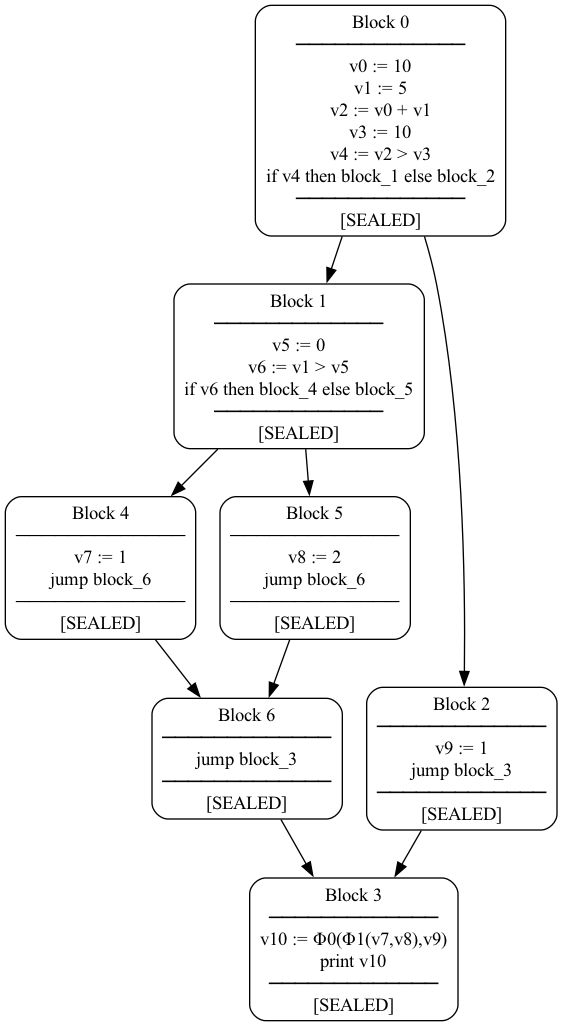
Before: rust/ssa-test/ssa_graph.png, a diagram exported from Graphviz (jimmyhmiller/PlayGround). Its source is kept beside it as rust/ssa-test/ssa_graph.dot.
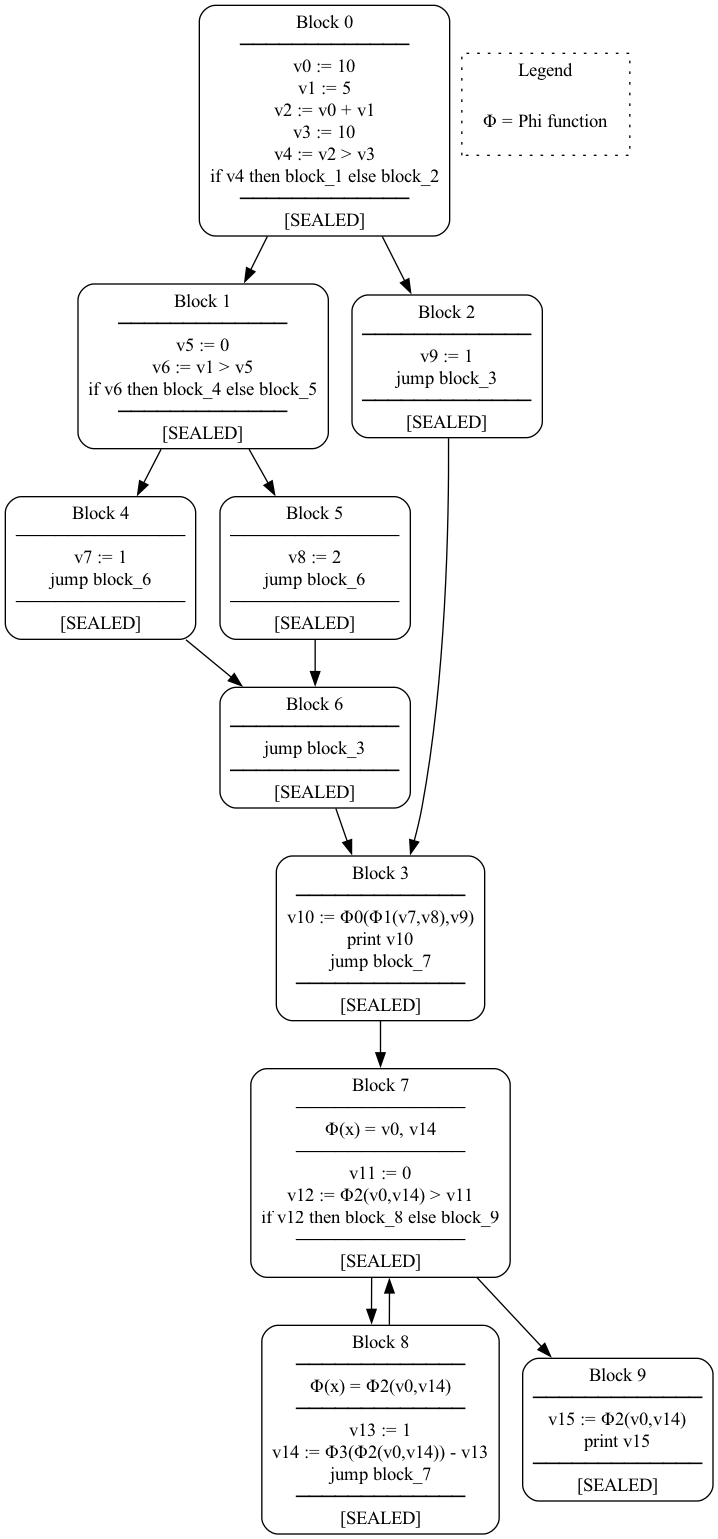
After the commit.

What changed in the source:
```diff
@@ -5,10 +5,13 @@
     block_0 [label="Block 0\n─────────────\nv0 := 10\nv1 := 5\nv2 := v0 + v1\nv3 := 10\nv4 := v2 > v3\nif v4 then block_1 else block_2\n─────────────\n[SEALED]\n"];
     block_1 [label="Block 1\n─────────────\nv5 := 0\nv6 := v1 > v5\nif v6 then block_4 else block_5\n─────────────\n[SEALED]\n"];
     block_2 [label="Block 2\n─────────────\nv9 := 1\njump block_3\n─────────────\n[SEALED]\n"];
-    block_3 [label="Block 3\n─────────────\nv10 := Φ0(Φ1(v7,v8),v9)\nprint v10\n─────────────\n[SEALED]\n"];
+    block_3 [label="Block 3\n─────────────\nv10 := Φ0(Φ1(v7,v8),v9)\nprint v10\njump block_7\n─────────────\n[SEALED]\n"];
     block_4 [label="Block 4\n─────────────\nv7 := 1\njump block_6\n─────────────\n[SEALED]\n"];
     block_5 [label="Block 5\n─────────────\nv8 := 2\njump block_6\n─────────────\n[SEALED]\n"];
     block_6 [label="Block 6\n─────────────\njump block_3\n─────────────\n[SEALED]\n"];
+    block_7 [label="Block 7\n─────────────\nΦ(x) = v0, v14\n─────────────\nv11 := 0\nv12 := Φ2(v0,v14) > v11\nif v12 then block_8 else block_9\n─────────────\n[SEALED]\n"];
+    block_8 [label="Block 8\n─────────────\nΦ(x) = Φ2(v0,v14)\n─────────────\nv13 := 1\nv14 := Φ3(Φ2(v0,v14)) - v13\njump block_7\n─────────────\n[SEALED]\n"];
+    block_9 [label="Block 9\n─────────────\nv15 := Φ2(v0,v14)\nprint v15\n─────────────\n[SEALED]\n"];
     block_0 -> block_1;
     block_0 -> block_2;
     block_6 -> block_3;
@@ -17,4 +20,14 @@
     block_1 -> block_5;
     block_4 -> block_6;
     block_5 -> block_6;
+    block_3 -> block_7;
+    block_8 -> block_7;
+    block_7 -> block_8;
+    block_7 -> block_9;
+
+    subgraph cluster_legend {
+        label="Legend";
+        style=dotted;
+        "Φ = Phi function" [shape=plaintext];
+    }
 }
```
